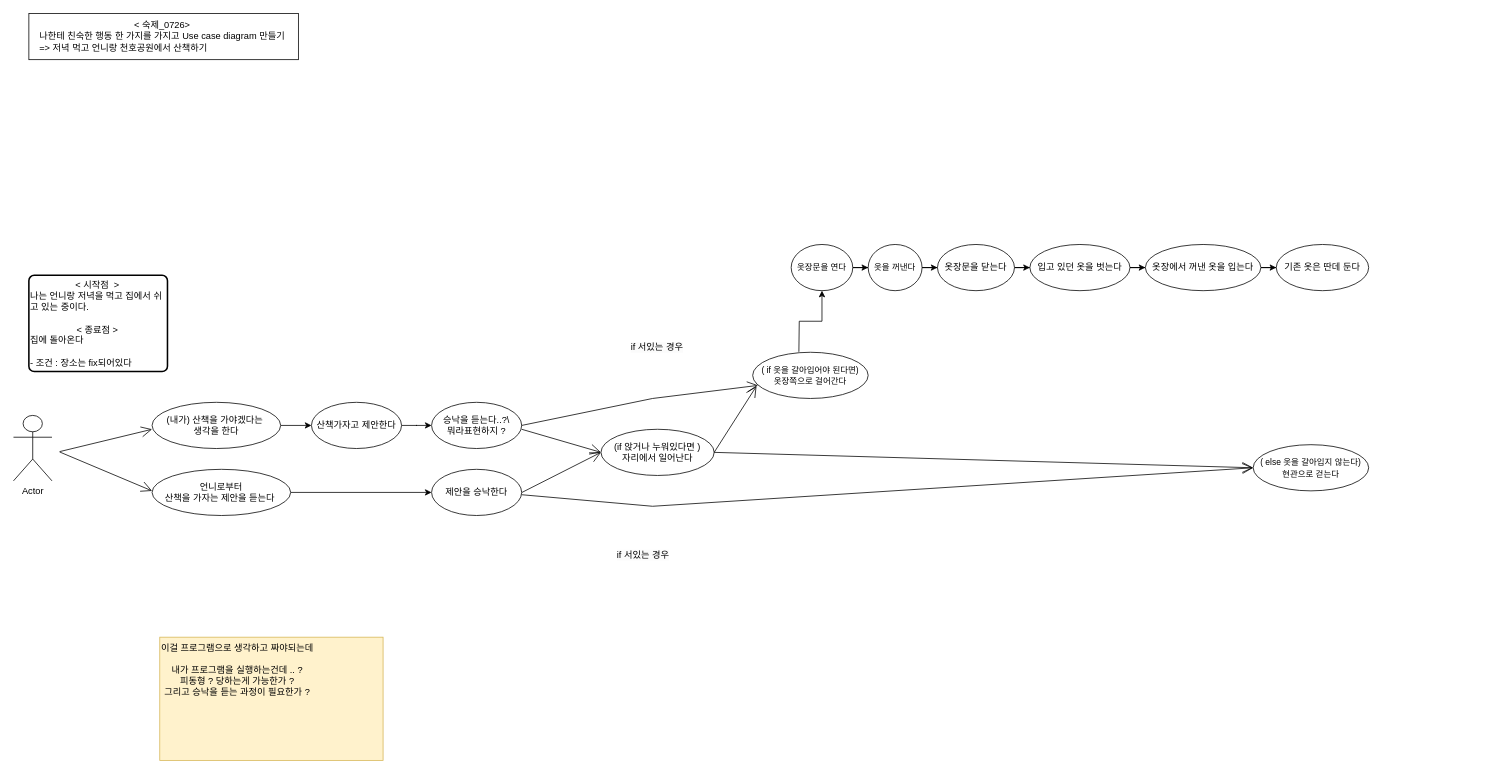
Earlier version of the draw.io diagram usecase_diagram/test.drawio (Jin-bright/diagram_study). Source tidied: cells renumbered, new cells numbered last; positions are measured from the earlier drawing's top-left corner, leaving out a move shared by most shapes. Both pictures are drawn from the tidied source at 77%, with x=0, y=0 at pixel (13, 13).
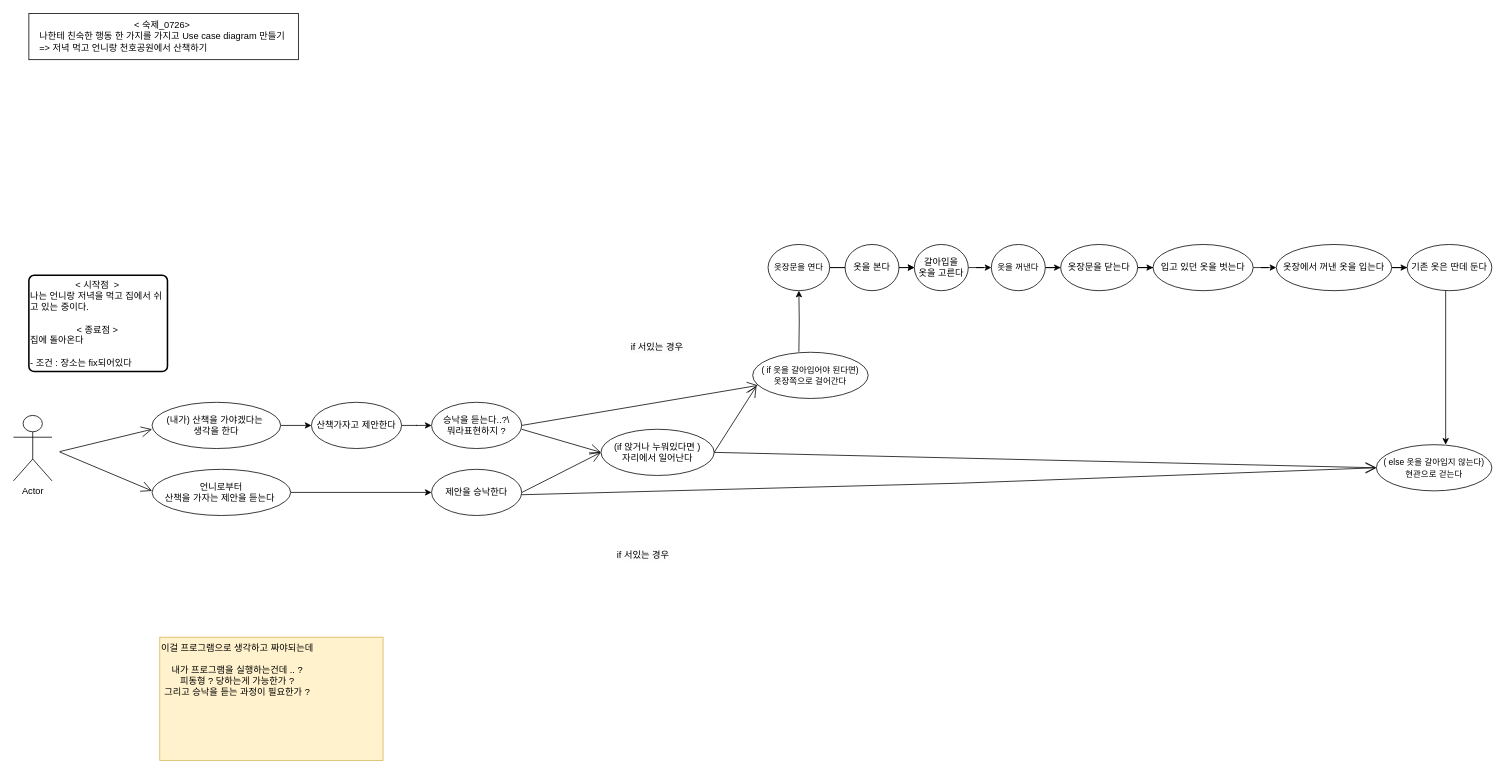
After the change.

The change refers to these unchanged cells:
```xml
<mxCell id="11" value="&lt;font style=&quot;font-size: 11px;&quot;&gt;( if 옷을 갈아입어야 된다면)&lt;br&gt;옷장쪽으로 걸어간다&lt;br&gt;&lt;/font&gt;" style="ellipse;whiteSpace=wrap;html=1;" parent="1" vertex="1">
  <mxGeometry x="960" y="440" width="150" height="60" as="geometry" />
</mxCell>
<mxCell id="23" value="승낙을 듣는다..?\&lt;br&gt;뭐라표현하지 ?" style="ellipse;whiteSpace=wrap;html=1;" parent="1" vertex="1">
  <mxGeometry x="543" y="505" width="117" height="60" as="geometry" />
</mxCell>
```

Change to the diagram source:
```diff
@@
     <mxCell id="13" value="&lt;font style=&quot;font-size: 11px;&quot;&gt;( else 옷을 갈아입지 않는다)&lt;br&gt;현관으로 걷는다&lt;br&gt;&lt;/font&gt;" style="ellipse;whiteSpace=wrap;html=1;" parent="1" vertex="1">
-      <mxGeometry x="1610" y="560" width="150" height="60" as="geometry" />
+      <mxGeometry x="1770" y="560" width="150" height="60" as="geometry" />
     </mxCell>
-    <mxCell id="14" style="edgeStyle=orthogonalEdgeStyle;rounded=0;jettySize=auto;html=1;" parent="1" edge="1" source="15" target="31">
-      <mxGeometry relative="1" as="geometry" />
-    </mxCell>
+    <mxCell id="39" style="edgeStyle=orthogonalEdgeStyle;rounded=0;jettySize=auto;html=1;" parent="1" edge="1" source="15" target="44">
+      <mxGeometry relative="1" as="geometry" />
+    </mxCell>
+    <mxCell id="40" style="edgeStyle=orthogonalEdgeStyle;rounded=0;jettySize=auto;html=1;" parent="1" edge="1" source="15" target="44">
+      <mxGeometry relative="1" as="geometry" />
+    </mxCell>
     <mxCell id="15" value="&lt;font style=&quot;font-size: 11px;&quot;&gt;옷장문을 연다&lt;br&gt;&lt;/font&gt;" style="ellipse;whiteSpace=wrap;html=1;" parent="1" vertex="1">
-      <mxGeometry x="1010" y="300" width="80" height="60" as="geometry" />
+      <mxGeometry x="980" y="300" width="80" height="60" as="geometry" />
     </mxCell>
@@
     <mxCell id="25" style="endArrow=open;endFill=1;endSize=12;html=1;rounded=0;exitX=1;exitY=0.5;exitDx=0;exitDy=0;entryX=0.047;entryY=0.717;entryDx=0;entryDy=0;entryPerimeter=0;" parent="1" edge="1" source="23" target="11">
-      <mxGeometry relative="1" as="geometry">
-        <Array as="points">
-          <mxPoint x="830" y="500" />
-        </Array>
-      </mxGeometry>
+      <mxGeometry relative="1" as="geometry" />
     </mxCell>
     <mxCell id="26" style="endArrow=open;endFill=1;endSize=12;html=1;rounded=0;entryX=0;entryY=0.5;entryDx=0;entryDy=0;exitX=1;exitY=0.5;exitDx=0;exitDy=0;" parent="1" edge="1" target="13">
       <mxGeometry relative="1" as="geometry">
         <mxPoint x="660" y="625" as="sourcePoint" />
         <Array as="points">
-          <mxPoint x="830" y="640" />
+          <mxPoint x="1230" y="610" />
         </Array>
       </mxGeometry>
     </mxCell>
@@
     <mxCell id="31" value="&lt;font style=&quot;font-size: 11px;&quot;&gt;옷을 꺼낸다&lt;br&gt;&lt;/font&gt;" style="ellipse;whiteSpace=wrap;html=1;" parent="1" vertex="1">
-      <mxGeometry x="1110" y="300" width="70" height="60" as="geometry" />
+      <mxGeometry x="1270" y="300" width="70" height="60" as="geometry" />
     </mxCell>
@@
     <mxCell id="33" value="옷장문을 닫는다" style="ellipse;whiteSpace=wrap;html=1;" parent="1" vertex="1">
-      <mxGeometry x="1200" y="300" width="100" height="60" as="geometry" />
+      <mxGeometry x="1360" y="300" width="100" height="60" as="geometry" />
     </mxCell>
@@
     <mxCell id="35" value="입고 있던 옷을 벗는다" style="ellipse;whiteSpace=wrap;html=1;" parent="1" vertex="1">
-      <mxGeometry x="1320" y="300" width="130" height="60" as="geometry" />
+      <mxGeometry x="1480" y="300" width="130" height="60" as="geometry" />
     </mxCell>
@@
     <mxCell id="37" value="옷장에서 꺼낸 옷을 입는다" style="ellipse;whiteSpace=wrap;html=1;" parent="1" vertex="1">
-      <mxGeometry x="1470" y="300" width="150" height="60" as="geometry" />
+      <mxGeometry x="1640" y="300" width="150" height="60" as="geometry" />
     </mxCell>
+    <mxCell id="41" style="edgeStyle=orthogonalEdgeStyle;rounded=0;orthogonalLoop=1;jettySize=auto;html=1;entryX=0.6;entryY=0.017;entryDx=0;entryDy=0;entryPerimeter=0;" parent="1" edge="1">
+      <mxGeometry relative="1" as="geometry">
+        <mxPoint x="1860" y="360" as="sourcePoint" />
+        <mxPoint x="1860" y="560" as="targetPoint" />
+      </mxGeometry>
+    </mxCell>
     <mxCell id="38" value="기존 옷은 딴데 둔다" style="ellipse;whiteSpace=wrap;html=1;" parent="1" vertex="1">
-      <mxGeometry x="1640" y="300" width="120" height="60" as="geometry" />
+      <mxGeometry x="1810" y="300" width="110" height="60" as="geometry" />
     </mxCell>
+    <mxCell id="42" value="옷을 본다" style="ellipse;whiteSpace=wrap;html=1;" parent="1" vertex="1">
+      <mxGeometry x="1080" y="300" width="70" height="60" as="geometry" />
+    </mxCell>
+    <mxCell id="43" style="edgeStyle=orthogonalEdgeStyle;rounded=0;jettySize=auto;html=1;" parent="1" edge="1" source="44" target="31">
+      <mxGeometry relative="1" as="geometry" />
+    </mxCell>
+    <mxCell id="44" value="갈아입을 &lt;br&gt;옷을 고른다" style="ellipse;whiteSpace=wrap;html=1;" parent="1" vertex="1">
+      <mxGeometry x="1170" y="300" width="70" height="60" as="geometry" />
+    </mxCell>
```
